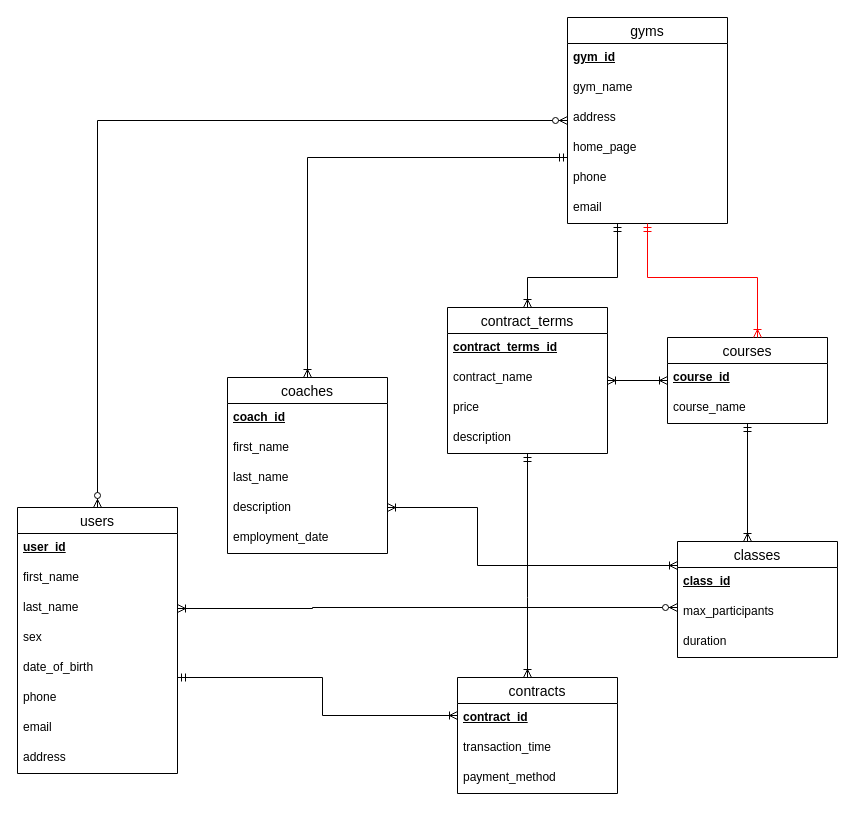
Above: page "Copy of ER Model" (3 of 4) of Lab1/lab1.drawio in sasakiLuL/DataBaseKPI (draw.io), before the change. Source tidied: cells renumbered, new cells numbered last; positions are measured from the earlier drawing's top-left corner, leaving out a move shared by most shapes. Both pictures are drawn from the tidied source at 100%, with x=0, y=0 at pixel (17, 17).
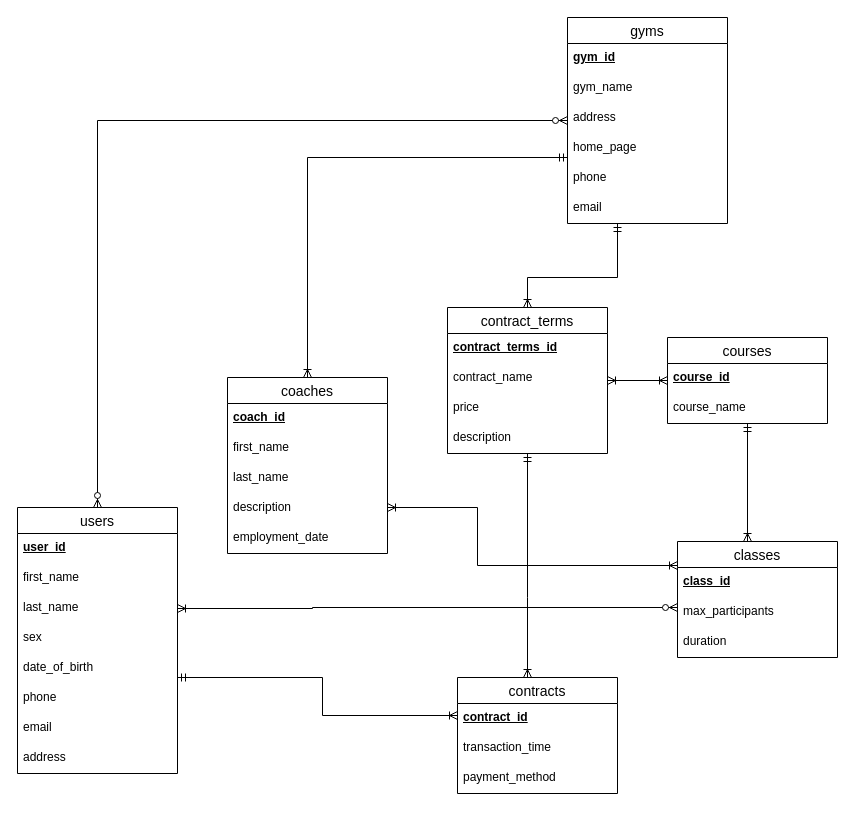
Above is the later version.

Unchanged cells that the change refers to:
```xml
<mxCell id="15" value="gyms" style="swimlane;fontStyle=0;horizontal=1;startSize=26;align=center;fontSize=14;" parent="1" vertex="1">
  <mxGeometry x="550" width="160" height="206" as="geometry" />
</mxCell>
<mxCell id="40" value="courses" style="swimlane;fontStyle=0;horizontal=1;startSize=26;align=center;fontSize=14;" parent="1" vertex="1">
  <mxGeometry x="650" y="320" width="160" height="86" as="geometry" />
</mxCell>
```

Diff of the diagram source:
```diff
@@
-    <mxCell id="43" style="edgeStyle=orthogonalEdgeStyle;fontSize=12;html=1;endArrow=ERoneToMany;startArrow=ERmandOne;rounded=0;strokeColor=#FF0000;" parent="1" edge="1" source="15" target="40">
-      <mxGeometry relative="1" as="geometry">
-        <Array as="points">
-          <mxPoint x="740" y="260" />
-        </Array>
-      </mxGeometry>
-    </mxCell>
```
